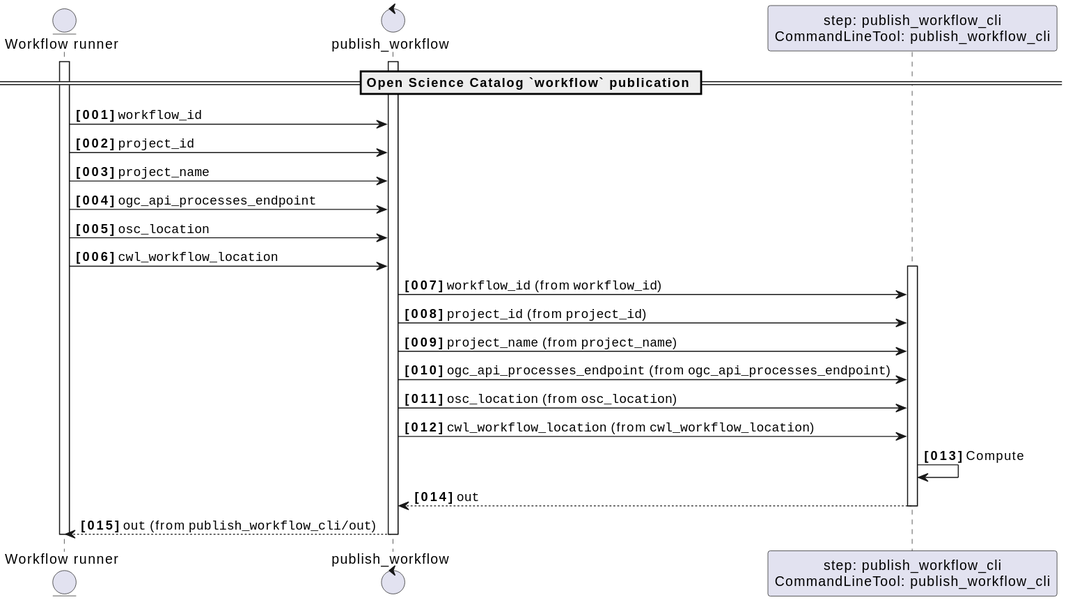
Above: docs/c4/components/workflow/publish_workflow/sequence.svg in Terradue/osc-client (PlantUML), before the change.
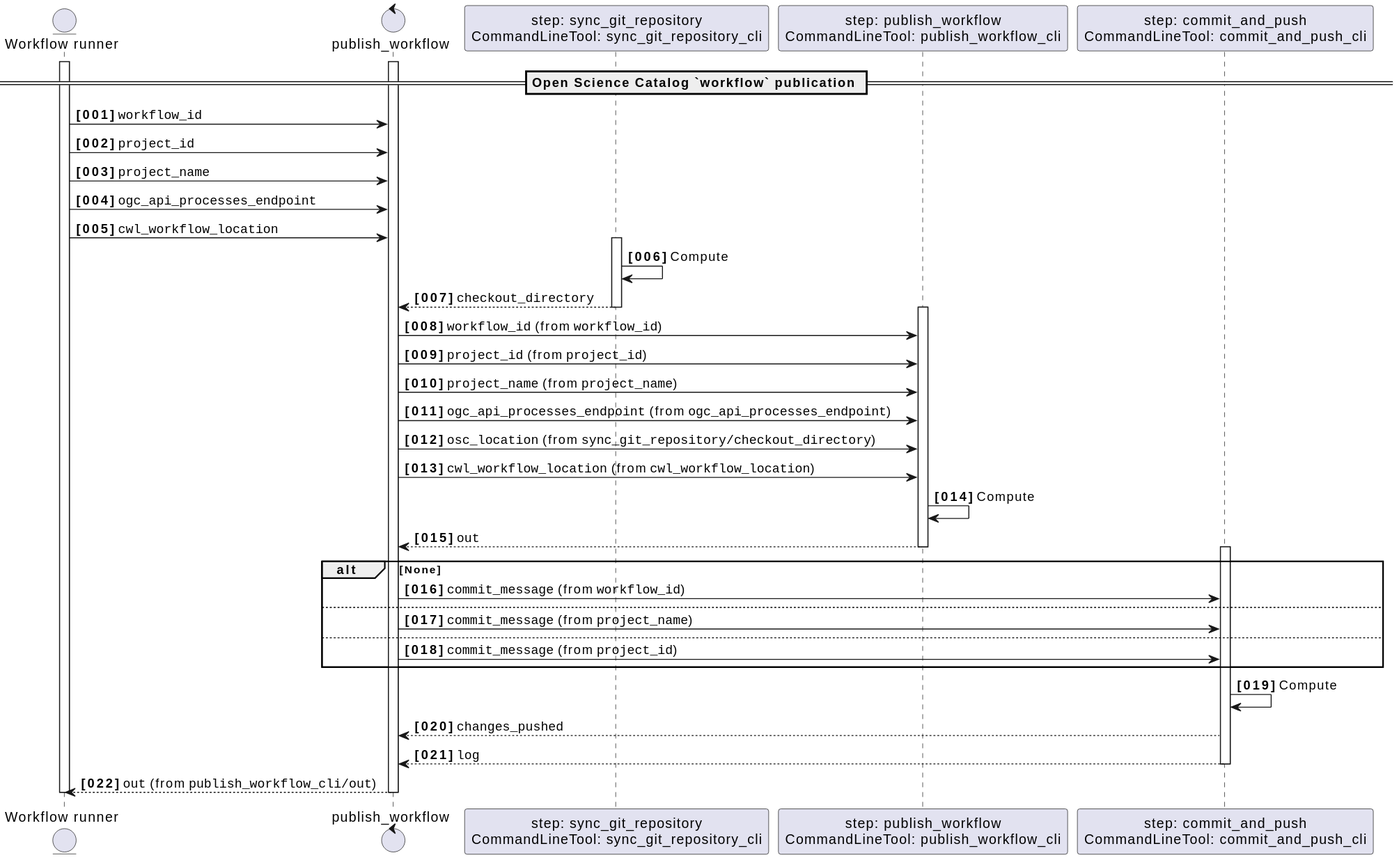
The same file after the commit.

Change to the diagram source:
```diff
@@ -23,8 +23,6 @@
 
 wfrunner -> publish_workflow_or : ""ogc_api_processes_endpoint""
 
-wfrunner -> publish_workflow_or : ""osc_location""
-
 wfrunner -> publish_workflow_or : ""cwl_workflow_location""
 
 
@@ -34,42 +32,101 @@
 
 
 
-participant "step: publish_workflow_cli\nCommandLineTool: publish_workflow_cli" as publish_workflow_or__publish_workflow_cli
-activate publish_workflow_or__publish_workflow_cli
+participant "step: sync_git_repository\nCommandLineTool: sync_git_repository_cli" as publish_workflow_or__sync_git_repository
+activate publish_workflow_or__sync_git_repository
 
 
 
-publish_workflow_or -> publish_workflow_or__publish_workflow_cli : ""workflow_id"" (from ""workflow_id"")
+publish_workflow_or__sync_git_repository -> publish_workflow_or__sync_git_repository : Compute
+
+
+publish_workflow_or <-- publish_workflow_or__sync_git_repository : ""checkout_directory""
+
+
+deactivate publish_workflow_or__sync_git_repository
 
 
 
-publish_workflow_or -> publish_workflow_or__publish_workflow_cli : ""project_id"" (from ""project_id"")
 
 
 
-publish_workflow_or -> publish_workflow_or__publish_workflow_cli : ""project_name"" (from ""project_name"")
 
 
 
-publish_workflow_or -> publish_workflow_or__publish_workflow_cli : ""ogc_api_processes_endpoint"" (from ""ogc_api_processes_endpoint"")
+participant "step: publish_workflow\nCommandLineTool: publish_workflow_cli" as publish_workflow_or__publish_workflow
+activate publish_workflow_or__publish_workflow
 
 
 
-publish_workflow_or -> publish_workflow_or__publish_workflow_cli : ""osc_location"" (from ""osc_location"")
+publish_workflow_or -> publish_workflow_or__publish_workflow : ""workflow_id"" (from ""workflow_id"")
 
 
 
-publish_workflow_or -> publish_workflow_or__publish_workflow_cli : ""cwl_workflow_location"" (from ""cwl_workflow_location"")
+publish_workflow_or -> publish_workflow_or__publish_workflow : ""project_id"" (from ""project_id"")
 
 
 
-publish_workflow_or__publish_workflow_cli -> publish_workflow_or__publish_workflow_cli : Compute
+publish_workflow_or -> publish_workflow_or__publish_workflow : ""project_name"" (from ""project_name"")
 
 
-publish_workflow_or <-- publish_workflow_or__publish_workflow_cli : ""out""
+
+publish_workflow_or -> publish_workflow_or__publish_workflow : ""ogc_api_processes_endpoint"" (from ""ogc_api_processes_endpoint"")
 
 
-deactivate publish_workflow_or__publish_workflow_cli
+
+publish_workflow_or -> publish_workflow_or__publish_workflow : ""osc_location"" (from ""sync_git_repository/checkout_directory"")
+
+
+
+publish_workflow_or -> publish_workflow_or__publish_workflow : ""cwl_workflow_location"" (from ""cwl_workflow_location"")
+
+
+
+publish_workflow_or__publish_workflow -> publish_workflow_or__publish_workflow : Compute
+
+
+publish_workflow_or <-- publish_workflow_or__publish_workflow : ""out""
+
+
+deactivate publish_workflow_or__publish_workflow
+
+
+
+
+
+
+
+
+
+participant "step: commit_and_push\nCommandLineTool: commit_and_push_cli" as publish_workflow_or__commit_and_push
+activate publish_workflow_or__commit_and_push
+
+
+
+alt None
+
+publish_workflow_or -> publish_workflow_or__commit_and_push : ""commit_message"" (from ""workflow_id"")
+else
+
+publish_workflow_or -> publish_workflow_or__commit_and_push : ""commit_message"" (from ""project_name"")
+else
+
+publish_workflow_or -> publish_workflow_or__commit_and_push : ""commit_message"" (from ""project_id"")
+
+
+end
+
+
+
+publish_workflow_or__commit_and_push -> publish_workflow_or__commit_and_push : Compute
+
+
+publish_workflow_or <-- publish_workflow_or__commit_and_push : ""changes_pushed""
+
+publish_workflow_or <-- publish_workflow_or__commit_and_push : ""log""
+
+
+deactivate publish_workflow_or__commit_and_push
 
 
 
```
